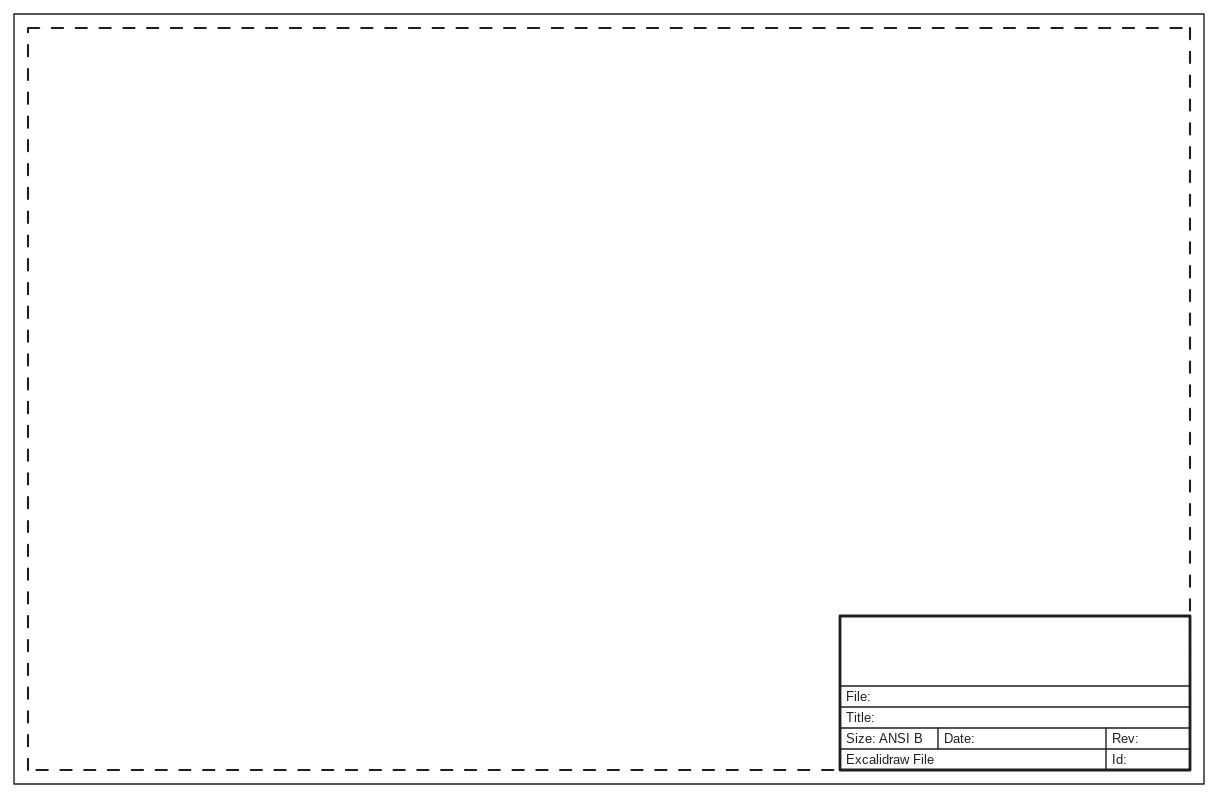
Earlier version of the Excalidraw export diagram.excalidraw.svg (gt-marine-robotics-group/kicad-template). Source tidied: one line per element, renumbered; positions are measured from the earlier drawing's top-left corner, leaving out a move shared by most shapes. Its diagram source:
```json
{"id": 0, "type": "rectangle", "strokeColor": "#1e1e1e", "backgroundColor": "#ffffff", "fillStyle": "solid", "strokeWidth": 1, "roughness": 0, "x": 0, "y": 0, "width": 850, "height": 550}
{"id": 1, "type": "rectangle", "strokeColor": "#1e1e1e", "backgroundColor": "#ffffff", "fillStyle": "solid", "strokeWidth": 1, "strokeStyle": "dashed", "roughness": 0, "x": 10, "y": 10, "width": 830, "height": 530}
{"id": 2, "type": "rectangle", "strokeColor": "#1e1e1e", "backgroundColor": "#ffffff", "fillStyle": "solid", "strokeWidth": 2, "roughness": 0, "x": 590, "y": 430, "width": 250, "height": 110}
{"id": 3, "type": "line", "strokeColor": "#1e1e1e", "backgroundColor": "#ffffff", "fillStyle": "solid", "strokeWidth": 1, "roughness": 0, "x": 590, "y": 480, "width": 250, "height": 1, "points": [[0, 0], [250, 0]]}
{"id": 4, "type": "line", "strokeColor": "#1e1e1e", "backgroundColor": "#ffffff", "fillStyle": "solid", "strokeWidth": 1, "roughness": 0, "x": 590, "y": 495, "width": 250, "height": 1, "points": [[0, 0], [250, 0]]}
{"id": 5, "type": "line", "strokeColor": "#1e1e1e", "backgroundColor": "#ffffff", "fillStyle": "solid", "strokeWidth": 1, "roughness": 0, "x": 590, "y": 510, "width": 250, "height": 0, "points": [[0, 0], [250, 0]]}
{"id": 6, "type": "line", "strokeColor": "#1e1e1e", "backgroundColor": "#ffffff", "fillStyle": "solid", "strokeWidth": 1, "roughness": 0, "x": 590, "y": 525, "width": 250, "height": 0, "points": [[0, 0], [250, 0]]}
{"id": 7, "type": "text", "text": "File:", "strokeColor": "#1e1e1e", "backgroundColor": "#ffffff", "fillStyle": "solid", "strokeWidth": 1, "roughness": 0, "fontSize": 9, "fontFamily": 6, "x": 594, "y": 482, "width": 21, "height": 12}
{"id": 8, "type": "text", "text": "Title:", "strokeColor": "#1e1e1e", "backgroundColor": "#ffffff", "fillStyle": "solid", "strokeWidth": 1, "roughness": 0, "fontSize": 9, "fontFamily": 6, "x": 594, "y": 497, "width": 21, "height": 12}
{"id": 9, "type": "text", "text": "Size: ANSI B", "strokeColor": "#1e1e1e", "backgroundColor": "#ffffff", "fillStyle": "solid", "strokeWidth": 1, "roughness": 0, "fontSize": 9, "fontFamily": 6, "x": 594, "y": 512, "width": 53, "height": 12}
{"id": 10, "type": "text", "text": "Excalidraw File", "strokeColor": "#1e1e1e", "backgroundColor": "#ffffff", "fillStyle": "solid", "strokeWidth": 1, "roughness": 0, "fontSize": 9, "fontFamily": 6, "x": 594, "y": 527, "width": 110, "height": 12}
{"id": 11, "type": "line", "strokeColor": "#1e1e1e", "backgroundColor": "#ffffff", "fillStyle": "solid", "strokeWidth": 1, "roughness": 0, "x": 660, "y": 510, "width": 1, "height": 15, "points": [[0, 0], [0, 15]]}
{"id": 12, "type": "line", "strokeColor": "#1e1e1e", "backgroundColor": "#ffffff", "fillStyle": "solid", "strokeWidth": 1, "roughness": 0, "x": 780, "y": 510, "width": 1, "height": 30, "points": [[0, 0], [0, 30]]}
{"id": 13, "type": "text", "text": "Date:", "strokeColor": "#1e1e1e", "backgroundColor": "#ffffff", "fillStyle": "solid", "strokeWidth": 1, "roughness": 0, "fontSize": 9, "fontFamily": 6, "x": 664, "y": 512, "width": 77, "height": 12}
{"id": 14, "type": "text", "text": "Rev:", "strokeColor": "#1e1e1e", "backgroundColor": "#ffffff", "fillStyle": "solid", "strokeWidth": 1, "roughness": 0, "fontSize": 9, "fontFamily": 6, "x": 784, "y": 512, "width": 18, "height": 12}
{"id": 15, "type": "text", "text": "Id:", "strokeColor": "#1e1e1e", "backgroundColor": "#ffffff", "fillStyle": "solid", "strokeWidth": 1, "roughness": 0, "fontSize": 9, "fontFamily": 6, "x": 784, "y": 527, "width": 18, "height": 12}
```
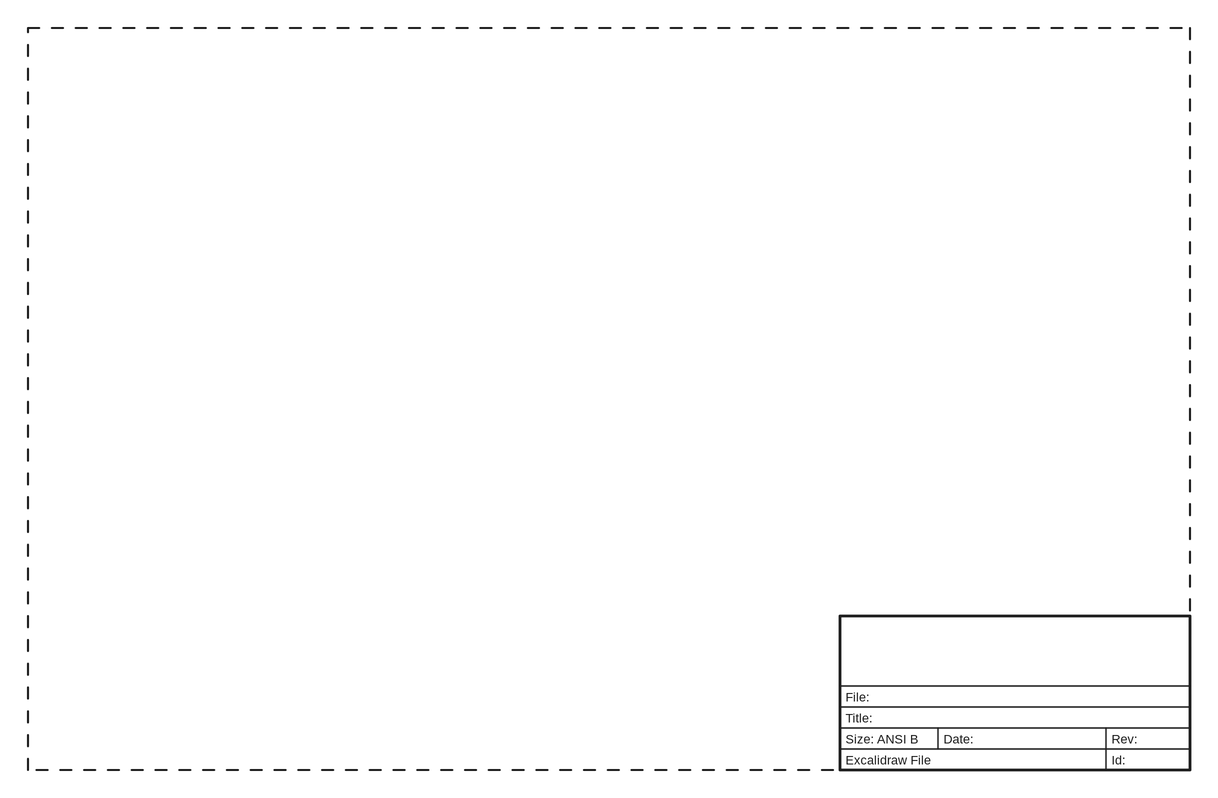
After the change.

Diff of the diagram source:
```diff
@@ -1,4 +1,4 @@
-{"id": 0, "type": "rectangle", "strokeColor": "#1e1e1e", "backgroundColor": "#ffffff", "fillStyle": "solid", "strokeWidth": 1, "roughness": 0, "x": 0, "y": 0, "width": 850, "height": 550}
+{"id": 0, "type": "rectangle", "strokeColor": "transparent", "backgroundColor": "#ffffff", "fillStyle": "solid", "strokeWidth": 1, "roughness": 0, "x": 0, "y": 0, "width": 850, "height": 550}
 {"id": 1, "type": "rectangle", "strokeColor": "#1e1e1e", "backgroundColor": "#ffffff", "fillStyle": "solid", "strokeWidth": 1, "strokeStyle": "dashed", "roughness": 0, "x": 10, "y": 10, "width": 830, "height": 530}
 {"id": 2, "type": "rectangle", "strokeColor": "#1e1e1e", "backgroundColor": "#ffffff", "fillStyle": "solid", "strokeWidth": 2, "roughness": 0, "x": 590, "y": 430, "width": 250, "height": 110}
 {"id": 3, "type": "line", "strokeColor": "#1e1e1e", "backgroundColor": "#ffffff", "fillStyle": "solid", "strokeWidth": 1, "roughness": 0, "x": 590, "y": 480, "width": 250, "height": 1, "points": [[0, 0], [250, 0]]}
```
